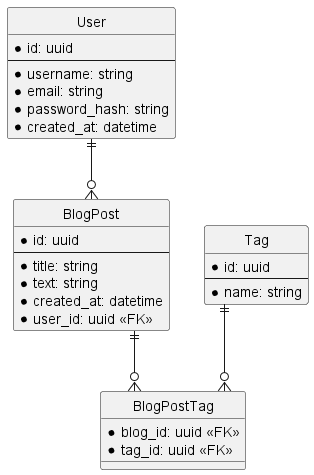
This is docs/erd.png from Tomas00217/TriFrameBlog, a PlantUML export, as it was before one commit.
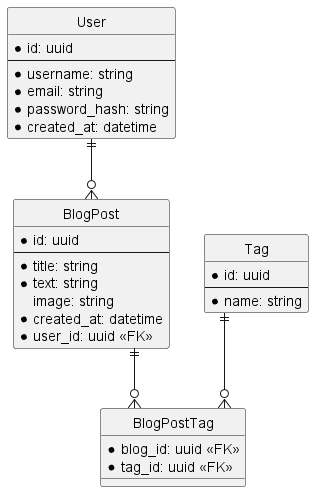
The same diagram one commit later.

Change to the diagram source:
```diff
@@ -17,6 +17,7 @@
     --
     * title: string
     * text: string
+    image: string
     * created_at: datetime
     * user_id: uuid <<FK>>
 }
```
